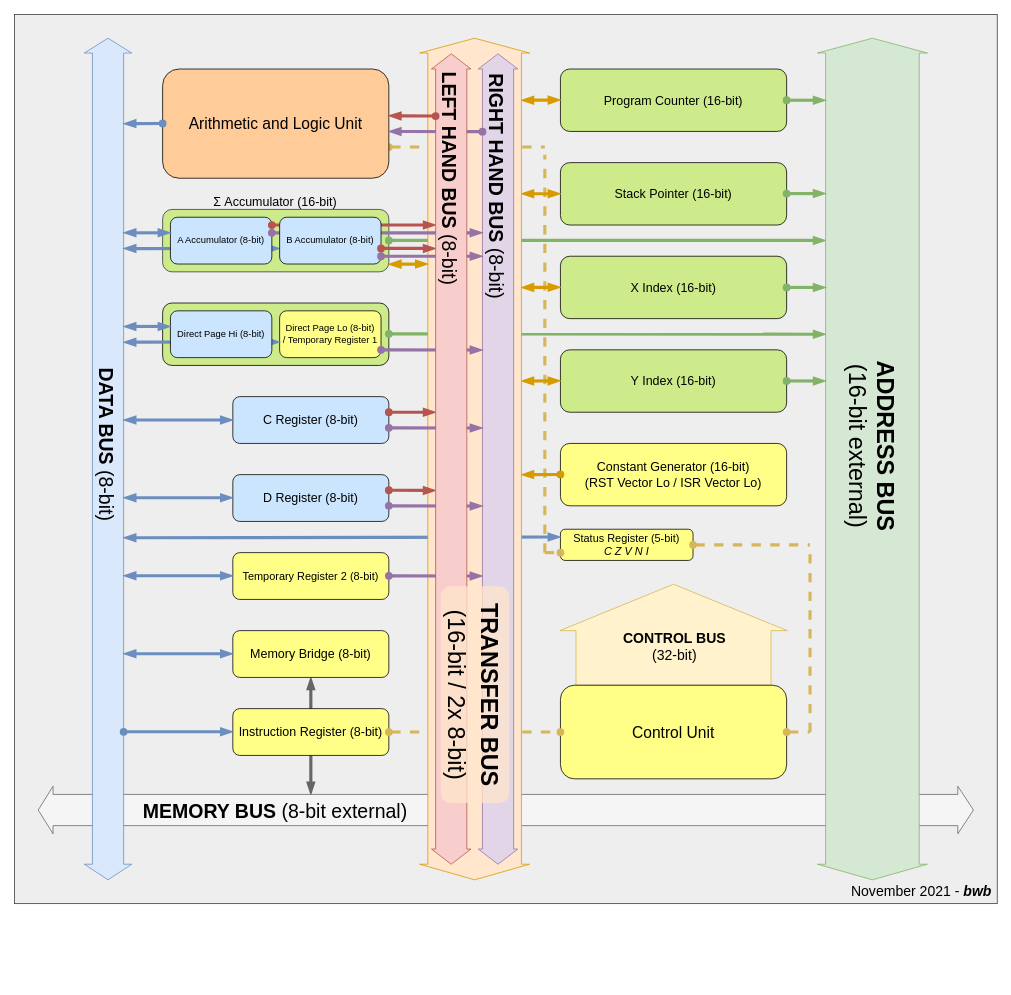
bwburnsides/BW8cpu keeps this draw.io diagram as docs/assets/arch_diagram.drawio. Above is the earlier version. Source tidied: cells renumbered, new cells numbered last; positions are measured from the earlier drawing's top-left corner, leaving out a move shared by most shapes. Both pictures are drawn from the tidied source at 78%, with x=0, y=0 at pixel (14, 14).
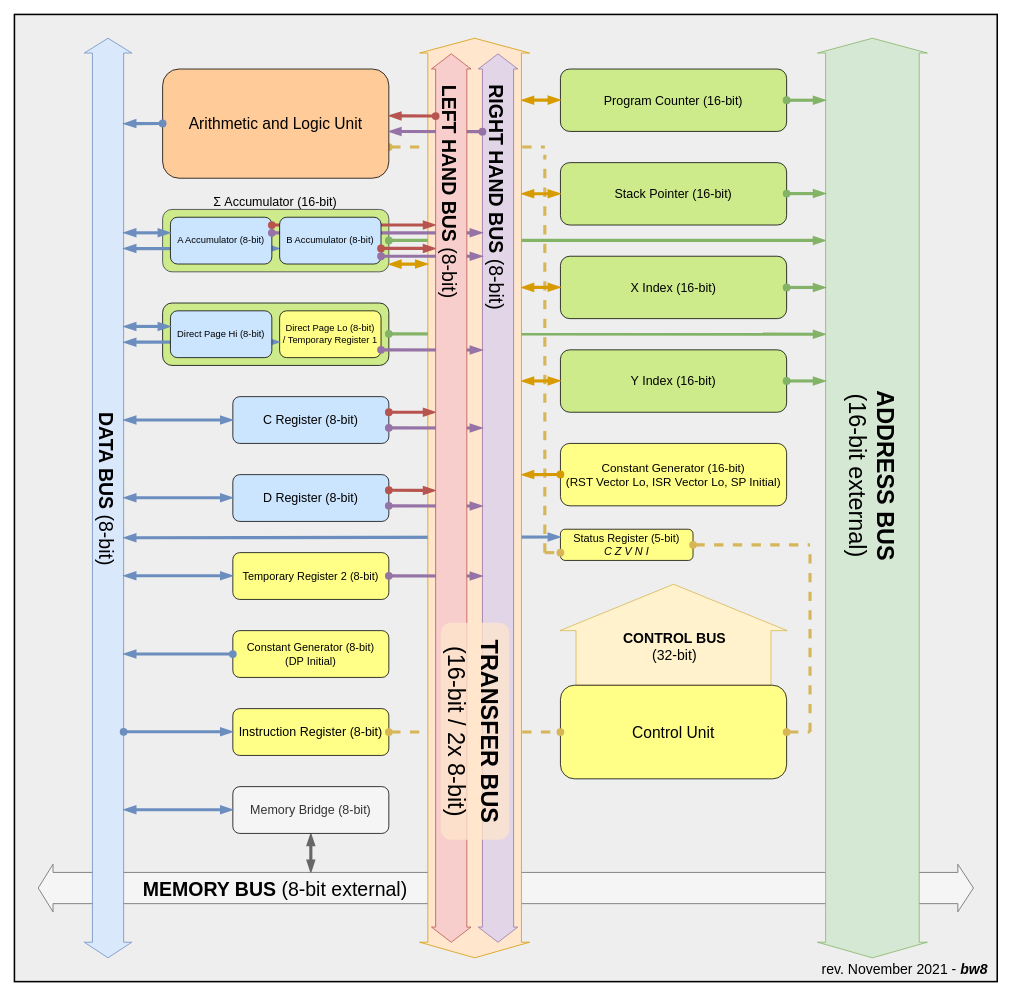
The same diagram, later.

Commit message (it also covers changes not shown here):
updated arch diagram

The edit, as a diff of the source:
```diff
@@
-    <mxCell id="2" style="rounded=0;whiteSpace=wrap;html=1;labelBackgroundColor=none;fontSize=20;strokeColor=#36393d;fillColor=#eeeeee;" parent="1" vertex="1">
-      <mxGeometry width="1260" height="1140" as="geometry" />
+    <mxCell id="2" style="rounded=0;whiteSpace=wrap;html=1;labelBackgroundColor=none;fontSize=20;fillColor=#eeeeee;strokeColor=#000000;strokeWidth=2;" parent="1" vertex="1">
+      <mxGeometry width="1260" height="1240" as="geometry" />
     </mxCell>
@@
     <mxCell id="6" style="endArrow=blockThin;html=1;rounded=1;fontSize=25;fontColor=#000000;strokeColor=#666666;strokeWidth=4;jumpSize=7;endFill=1;startArrow=blockThin;startFill=1;fillColor=#f5f5f5;" parent="1" edge="1">
       <mxGeometry relative="1" as="geometry">
-        <mxPoint x="380" y="850" as="sourcePoint" />
-        <mxPoint x="380" y="1000" as="targetPoint" />
+        <mxPoint x="380" y="1050" as="sourcePoint" />
+        <mxPoint x="380" y="1100" as="targetPoint" />
       </mxGeometry>
     </mxCell>
@@
     <mxCell id="15" style="shape=flexArrow;endArrow=classic;startArrow=classic;html=1;rounded=0;width=40;startSize=6.344134078212291;fillColor=#f5f5f5;strokeColor=#666666;" parent="1" edge="1">
       <mxGeometry relative="1" as="geometry">
-        <mxPoint x="1230" y="1020" as="sourcePoint" />
-        <mxPoint x="30" y="1020" as="targetPoint" />
+        <mxPoint x="1230" y="1120" as="sourcePoint" />
+        <mxPoint x="30" y="1120" as="targetPoint" />
       </mxGeometry>
     </mxCell>
@@
-    <mxCell id="17" value="Constant Generator (16-bit)&lt;br style=&quot;font-size: 16px;&quot;&gt;&lt;div style=&quot;font-size: 16px;&quot;&gt;&lt;font style=&quot;font-size: 16px;&quot;&gt;(RST Vector Lo / ISR Vector Lo)&lt;br style=&quot;font-size: 16px;&quot;&gt;&lt;/font&gt;&lt;/div&gt;" style="rounded=1;whiteSpace=wrap;html=1;fillColor=#ffff88;strokeColor=#000000;fontSize=16;" parent="1" vertex="1">
+    <mxCell id="17" value="&lt;font style=&quot;font-size: 15px&quot;&gt;Constant Generator (16-bit)&lt;br&gt;&lt;/font&gt;&lt;div style=&quot;font-size: 15px&quot;&gt;&lt;font style=&quot;font-size: 15px&quot;&gt;&lt;font style=&quot;font-size: 15px&quot;&gt;(RST Vector Lo, ISR Vector Lo, SP Initial)&lt;/font&gt;&lt;br style=&quot;font-size: 16px&quot;&gt;&lt;/font&gt;&lt;/div&gt;" style="rounded=1;whiteSpace=wrap;html=1;fillColor=#ffff88;strokeColor=#000000;fontSize=16;" parent="1" vertex="1">
       <mxGeometry x="700" y="550" width="290" height="80" as="geometry" />
     </mxCell>
     <mxCell id="18" style="shape=flexArrow;endArrow=classic;startArrow=classic;html=1;rounded=0;width=120;startSize=6.344134078212291;fillColor=#d5e8d4;strokeColor=#82b366;" parent="1" edge="1">
       <mxGeometry relative="1" as="geometry">
-        <mxPoint x="1100" y="1110" as="sourcePoint" />
+        <mxPoint x="1100" y="1210" as="sourcePoint" />
         <mxPoint x="1100" y="30" as="targetPoint" />
       </mxGeometry>
     </mxCell>
@@
-    <mxCell id="23" value="&lt;font style=&quot;font-size: 16px&quot;&gt;Memory Bridge (8-bit)&lt;/font&gt;" style="rounded=1;whiteSpace=wrap;html=1;fillColor=#ffff88;strokeColor=#000000;" parent="1" vertex="1">
-      <mxGeometry x="280" y="790" width="200" height="60" as="geometry" />
+    <mxCell id="23" value="&lt;font style=&quot;font-size: 16px&quot;&gt;Memory Bridge (8-bit)&lt;/font&gt;" style="rounded=1;whiteSpace=wrap;html=1;fillColor=#f5f5f5;strokeColor=#000000;fontColor=#333333;" parent="1" vertex="1">
+      <mxGeometry x="280" y="990" width="200" height="60" as="geometry" />
     </mxCell>
@@
     <mxCell id="25" style="shape=flexArrow;endArrow=classic;startArrow=classic;html=1;rounded=0;width=40;startSize=6.344134078212291;fillColor=#dae8fc;strokeColor=#6c8ebf;" parent="1" edge="1">
       <mxGeometry relative="1" as="geometry">
-        <mxPoint x="120" y="1110" as="sourcePoint" />
+        <mxPoint x="120" y="1210" as="sourcePoint" />
         <mxPoint x="120" y="30" as="targetPoint" />
       </mxGeometry>
     </mxCell>
@@
     <mxCell id="44" style="endArrow=blockThin;html=1;rounded=1;fontSize=25;fontColor=#000000;strokeColor=#6c8ebf;strokeWidth=4;jumpSize=7;endFill=1;startArrow=blockThin;startFill=1;fillColor=#dae8fc;" parent="1" edge="1">
       <mxGeometry relative="1" as="geometry">
-        <mxPoint x="280" y="819.7" as="sourcePoint" />
-        <mxPoint x="140" y="819.7" as="targetPoint" />
+        <mxPoint x="280" y="1019.7" as="sourcePoint" />
+        <mxPoint x="140" y="1019.7" as="targetPoint" />
       </mxGeometry>
     </mxCell>
@@
     <mxCell id="51" style="shape=flexArrow;endArrow=classic;startArrow=classic;html=1;rounded=0;width=120;startSize=6.344134078212291;fillColor=#ffe6cc;strokeColor=#d79b00;" parent="1" edge="1">
       <mxGeometry relative="1" as="geometry">
-        <mxPoint x="590" y="1110" as="sourcePoint" />
+        <mxPoint x="590" y="1210" as="sourcePoint" />
         <mxPoint x="590" y="30" as="targetPoint" />
       </mxGeometry>
     </mxCell>
     <mxCell id="52" style="shape=flexArrow;endArrow=classic;startArrow=classic;html=1;rounded=0;width=40;startSize=6.146976744186047;endWidth=9.674418604651162;endSize=6.146976744186047;startWidth=9.674418604651162;fillColor=#e1d5e7;strokeColor=#9673a6;" parent="1" edge="1">
       <mxGeometry relative="1" as="geometry">
-        <mxPoint x="620" y="1090" as="sourcePoint" />
+        <mxPoint x="620" y="1190" as="sourcePoint" />
         <mxPoint x="620" y="50" as="targetPoint" />
       </mxGeometry>
     </mxCell>
@@
     <mxCell id="76" style="shape=flexArrow;endArrow=classic;startArrow=classic;html=1;rounded=0;width=40;startSize=6.146976744186047;endWidth=9.674418604651162;endSize=6.146976744186047;startWidth=9.674418604651162;fillColor=#f8cecc;strokeColor=#b85450;" parent="1" edge="1">
       <mxGeometry relative="1" as="geometry">
-        <mxPoint x="560" y="1090" as="sourcePoint" />
+        <mxPoint x="560" y="1190" as="sourcePoint" />
         <mxPoint x="560" y="50" as="targetPoint" />
       </mxGeometry>
     </mxCell>
     <mxCell id="77" value="&lt;b&gt;LEFT HAND BUS&lt;/b&gt; (8-bit)" style="edgeLabel;html=1;align=center;verticalAlign=middle;fontSize=25;fontColor=#000000;rotation=90;labelBackgroundColor=none;" parent="76" vertex="1">
       <mxGeometry x="-0.32" y="-5" relative="1" as="geometry">
-        <mxPoint x="-5" y="-527" as="offset" />
+        <mxPoint x="-5" y="-576" as="offset" />
       </mxGeometry>
     </mxCell>
     <mxCell id="78" value="&lt;font style=&quot;font-size: 30px&quot;&gt;&lt;b&gt;TRANSFER BUS&lt;/b&gt; (16-bit / 2x 8-bit)&lt;/font&gt;" style="rounded=1;whiteSpace=wrap;html=1;labelBackgroundColor=none;fontSize=35;strokeColor=none;fillColor=#ffe6cc;rotation=90;opacity=75;" parent="1" vertex="1">
-      <mxGeometry x="451.5" y="828" width="278" height="88" as="geometry" />
+      <mxGeometry x="451.5" y="875" width="278" height="88" as="geometry" />
     </mxCell>
@@
-    <mxCell id="80" value="November 2021 - &lt;i style=&quot;font-size: 18px;&quot;&gt;&lt;b style=&quot;font-size: 18px;&quot;&gt;bwb&lt;/b&gt;&lt;/i&gt;" style="text;html=1;strokeColor=none;fillColor=none;align=right;verticalAlign=middle;whiteSpace=wrap;rounded=0;labelBackgroundColor=none;fontSize=18;fontColor=#000000;" parent="1" vertex="1">
-      <mxGeometry x="1065" y="1110" width="190" height="30" as="geometry" />
+    <mxCell id="80" value="rev. November 2021 - &lt;i style=&quot;font-size: 18px&quot;&gt;&lt;b style=&quot;font-size: 18px&quot;&gt;bw8&lt;/b&gt;&lt;/i&gt; " style="text;html=1;strokeColor=none;fillColor=none;align=right;verticalAlign=middle;whiteSpace=wrap;rounded=0;labelBackgroundColor=none;fontSize=18;fontColor=#000000;" parent="1" vertex="1">
+      <mxGeometry x="1000" y="1210" width="250" height="30" as="geometry" />
     </mxCell>
+    <mxCell id="81" value="&lt;div&gt;Constant Generator (8-bit)&lt;/div&gt;&lt;div&gt;(DP Initial)&lt;br&gt;&lt;/div&gt;" style="rounded=1;whiteSpace=wrap;html=1;fillColor=#ffff88;strokeColor=#000000;fontSize=14;" parent="1" vertex="1">
+      <mxGeometry x="280" y="790" width="200" height="60" as="geometry" />
+    </mxCell>
+    <mxCell id="82" style="endArrow=blockThin;html=1;rounded=1;fontSize=25;fontColor=#000000;strokeColor=#6c8ebf;strokeWidth=4;jumpSize=7;endFill=1;startArrow=oval;startFill=1;fillColor=#dae8fc;" parent="1" edge="1">
+      <mxGeometry relative="1" as="geometry">
+        <mxPoint x="280" y="820" as="sourcePoint" />
+        <mxPoint x="140" y="820" as="targetPoint" />
+      </mxGeometry>
+    </mxCell>
```
